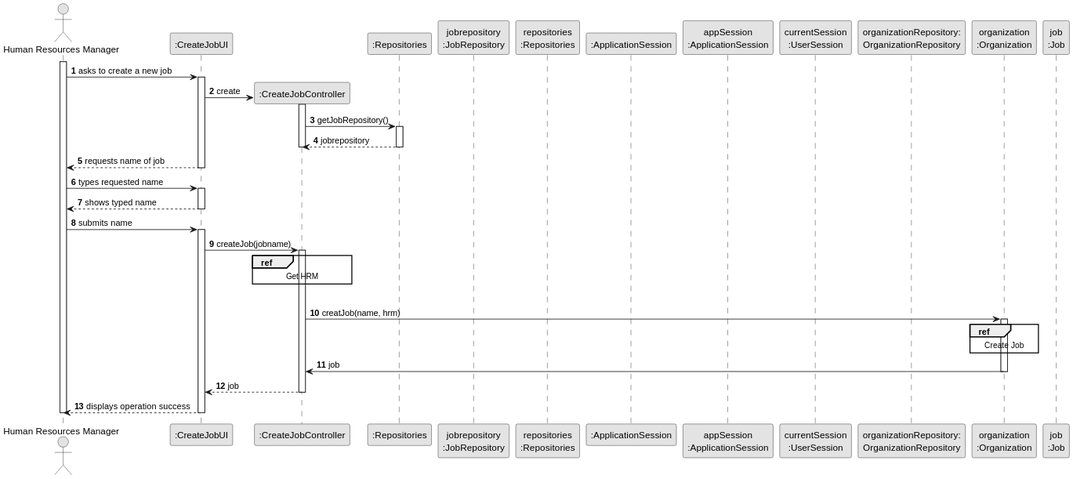
This is docs/sprint3/us002/03.design/svg/us002-sequence-diagram-split.svg from tiagosoa/lei-24-s2-1dgh-g073, a PlantUML export, as it was before one commit. Its diagram source:
```plantuml
@startuml
skinparam monochrome true
skinparam packageStyle rectangle
skinparam shadowing false

autonumber

actor "Human Resources Manager" as ADM
participant ":CreateJobUI" as UI
participant ":CreateJobController" as CTRL
participant ":Repositories" as RepositorySingleton
participant "jobrepository\n:JobRepository" as JR
participant "repositories\n:Repositories" as PLAT
participant ":ApplicationSession" as _APP
participant "appSession\n:ApplicationSession" as APP
participant "currentSession\n:UserSession" as SESSAO
participant "organizationRepository:\nOrganizationRepository" as OrganizationRepository
participant "organization\n:Organization" as ORG
participant "job\n:Job" as TAREFA

activate ADM

        ADM -> UI : asks to create a new job

        activate UI

            UI -> CTRL** : create
            activate CTRL

                CTRL -> RepositorySingleton : getJobRepository()
                activate RepositorySingleton

                    RepositorySingleton --> CTRL: jobrepository
                deactivate RepositorySingleton
                deactivate CTRL

        UI --> ADM : requests name of job
    deactivate UI

    ADM -> UI : types requested name
    activate UI

        UI --> ADM : shows typed name
    deactivate UI

    ADM -> UI : submits name
    activate UI

    UI -> CTRL : createJob(jobname)
    activate CTRL

      ref over CTRL
      Get HRM
      end

            |||
            CTRL -> ORG: creatJob(name, hrm)
            activate ORG
            ref over ORG
            Create Job
            end
                ORG -> CTRL: job
deactivate ORG

            CTRL --> UI: job
            deactivate CTRL
            UI --> ADM: displays operation success
    deactivate UI

deactivate ADM
@enduml
```
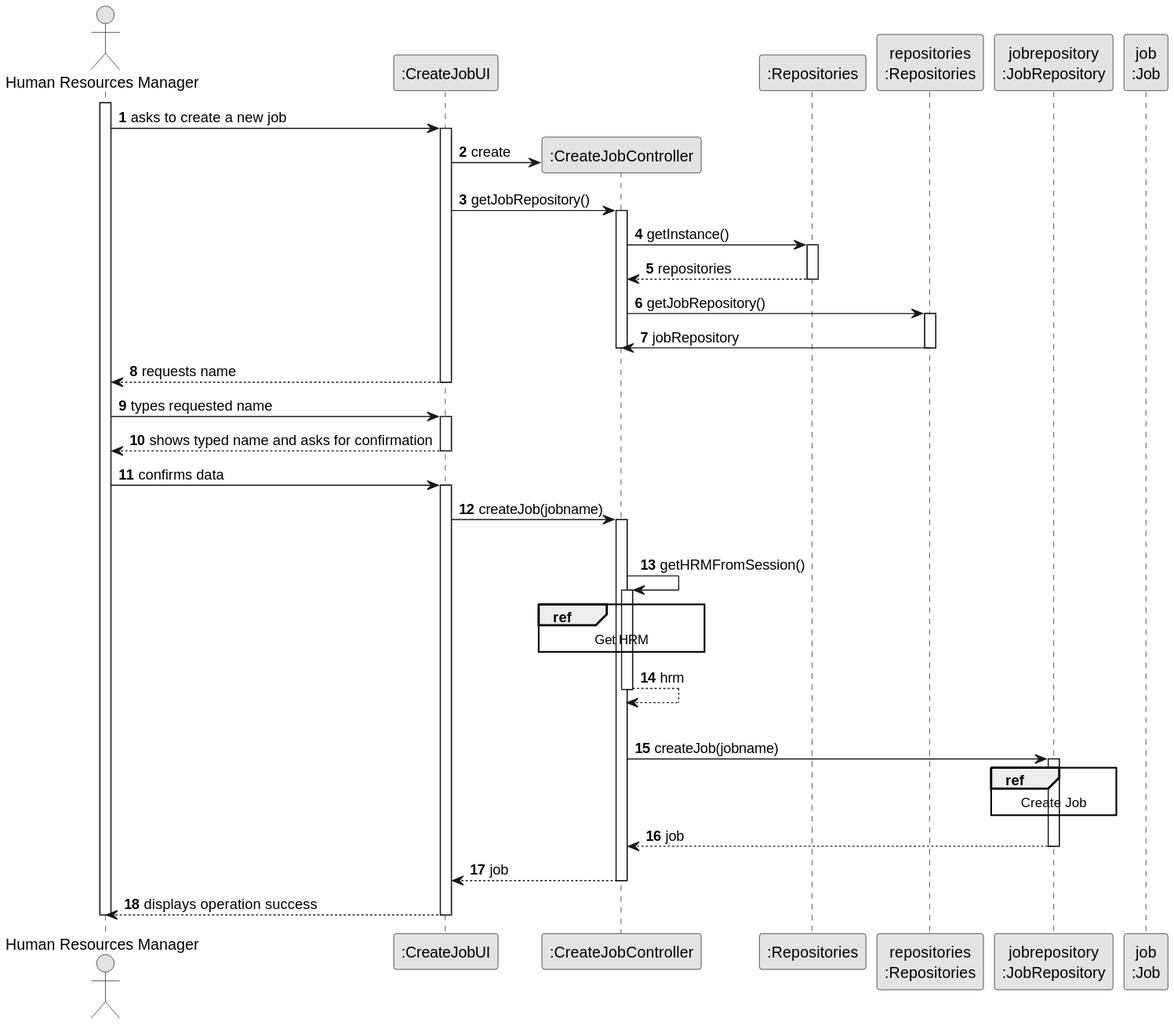
After the change.

Change to the diagram source:
```diff
@@ -9,14 +9,9 @@
 participant ":CreateJobUI" as UI
 participant ":CreateJobController" as CTRL
 participant ":Repositories" as RepositorySingleton
+participant "repositories\n:Repositories" as PLAT
 participant "jobrepository\n:JobRepository" as JR
-participant "repositories\n:Repositories" as PLAT
-participant ":ApplicationSession" as _APP
-participant "appSession\n:ApplicationSession" as APP
-participant "currentSession\n:UserSession" as SESSAO
-participant "organizationRepository:\nOrganizationRepository" as OrganizationRepository
-participant "organization\n:Organization" as ORG
-participant "job\n:Job" as TAREFA
+participant "job\n:Job" as TRABALHO
 
 activate ADM
 
@@ -25,42 +20,61 @@
         activate UI
 
             UI -> CTRL** : create
+
+            UI -> CTRL : getJobRepository()
+
             activate CTRL
 
-                CTRL -> RepositorySingleton : getJobRepository()
-                activate RepositorySingleton
+            CTRL -> RepositorySingleton : getInstance()
+                            activate RepositorySingleton
 
-                    RepositorySingleton --> CTRL: jobrepository
-                deactivate RepositorySingleton
-                deactivate CTRL
+                                RepositorySingleton --> CTRL: repositories
+                            deactivate RepositorySingleton
 
-        UI --> ADM : requests name of job
+                 CTRL -> PLAT : getJobRepository()
+                         activate PLAT
+
+                     PLAT -> CTRL : jobRepository
+                     deactivate PLAT
+    deactivate CTRL
+    UI --> ADM : requests name
     deactivate UI
 
     ADM -> UI : types requested name
     activate UI
 
-        UI --> ADM : shows typed name
-    deactivate UI
+            UI --> ADM : shows typed name and asks for confirmation
+        deactivate UI
 
-    ADM -> UI : submits name
-    activate UI
+        ADM -> UI : confirms data
+        activate UI
 
-    UI -> CTRL : createJob(jobname)
-    activate CTRL
-
-      ref over CTRL
-      Get HRM
-      end
+        UI -> CTRL : createJob(jobname)
+        activate CTRL
 
             |||
-            CTRL -> ORG: creatJob(name, hrm)
-            activate ORG
-            ref over ORG
-            Create Job
-            end
-                ORG -> CTRL: job
-deactivate ORG
+            CTRL -> CTRL : getHRMFromSession()
+            activate CTRL
+
+                ref over CTRL
+                Get HRM
+                end
+
+                CTRL --> CTRL : hrm
+            deactivate CTRL
+
+            |||
+            CTRL -> JR: createJob(jobname)
+            activate JR
+
+                ref over JR
+                Create Job
+                end
+
+
+                JR --> CTRL : job
+
+            deactivate JR
 
             CTRL --> UI: job
             deactivate CTRL
```
